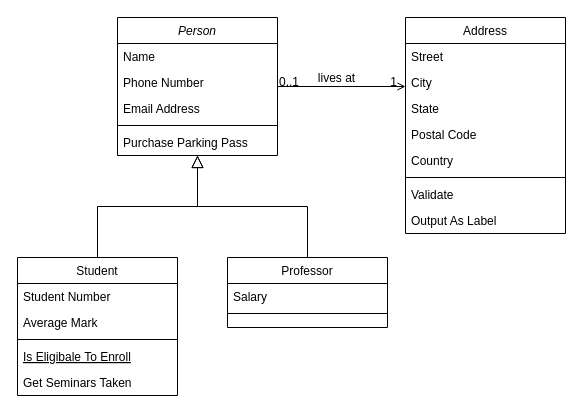
Above: pics-2-app.drawio in st0d/hello-world (draw.io), before the change. Source tidied: cells renumbered, new cells numbered last; positions are measured from the earlier drawing's top-left corner, leaving out a move shared by most shapes. Both pictures are drawn from the tidied source at 100%, with x=0, y=0 at pixel (17, 17).
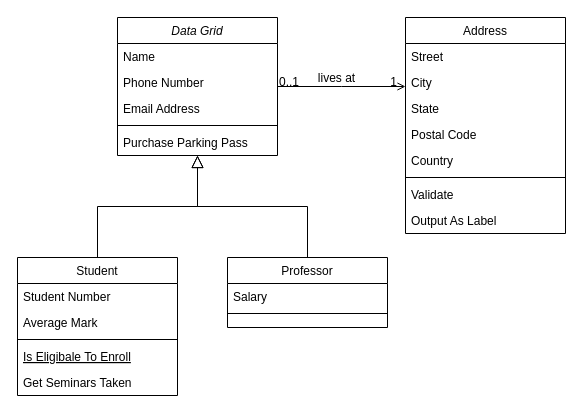
Above is the later version.

What changed in the source:
```diff
@@
-    <mxCell id="2" value="Person" style="swimlane;fontStyle=2;align=center;verticalAlign=top;horizontal=1;startSize=26;rounded=0;shadow=0;strokeWidth=1;" parent="1" vertex="1">
+    <mxCell id="2" value="Data Grid" style="swimlane;fontStyle=2;align=center;verticalAlign=top;horizontal=1;startSize=26;rounded=0;shadow=0;strokeWidth=1;" parent="1" vertex="1">
       <mxGeometry x="100" width="160" height="138" as="geometry" />
     </mxCell>
```
